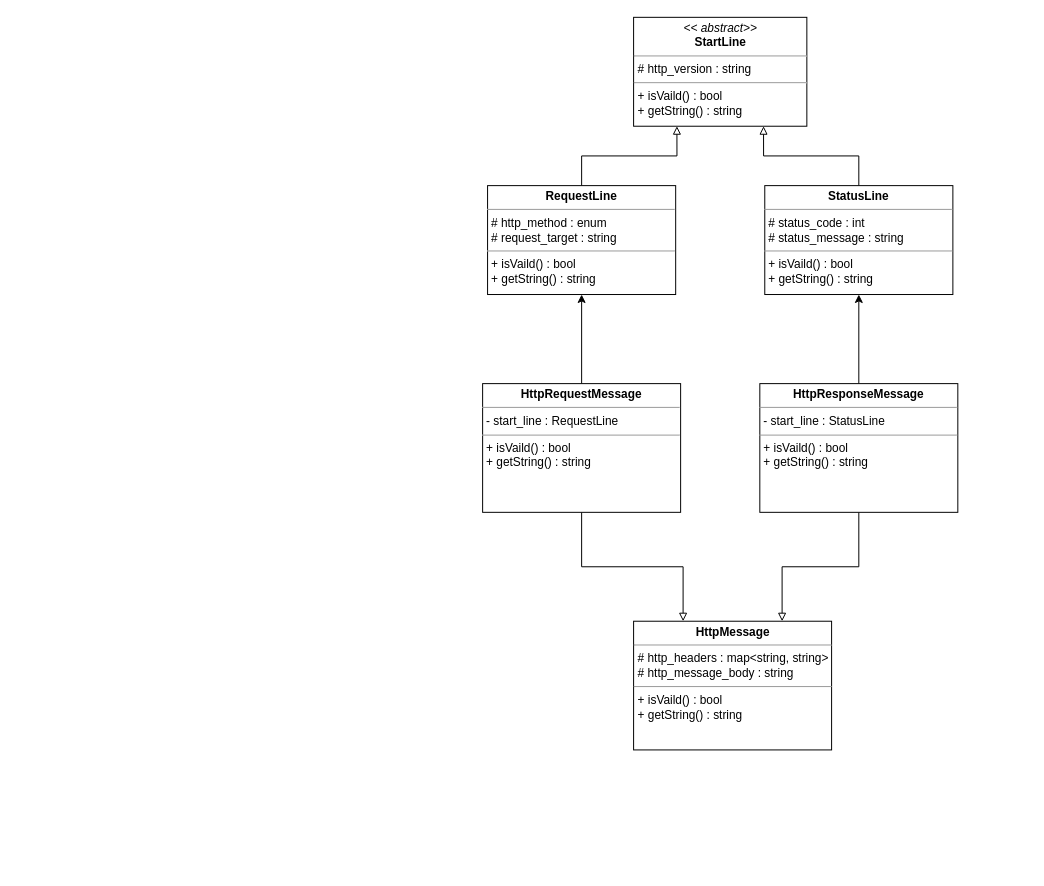
Above: page "HttpMessage" (5 of 6) of docs/ClassDiagram/Diagram.drawio in wkdtpgns5016/webserve (draw.io), before the change. Source tidied: cells renumbered, new cells numbered last; positions are measured from the earlier drawing's top-left corner, leaving out a move shared by most shapes. Both pictures are drawn from the tidied source at 99%, with x=0, y=0 at pixel (482, 17).
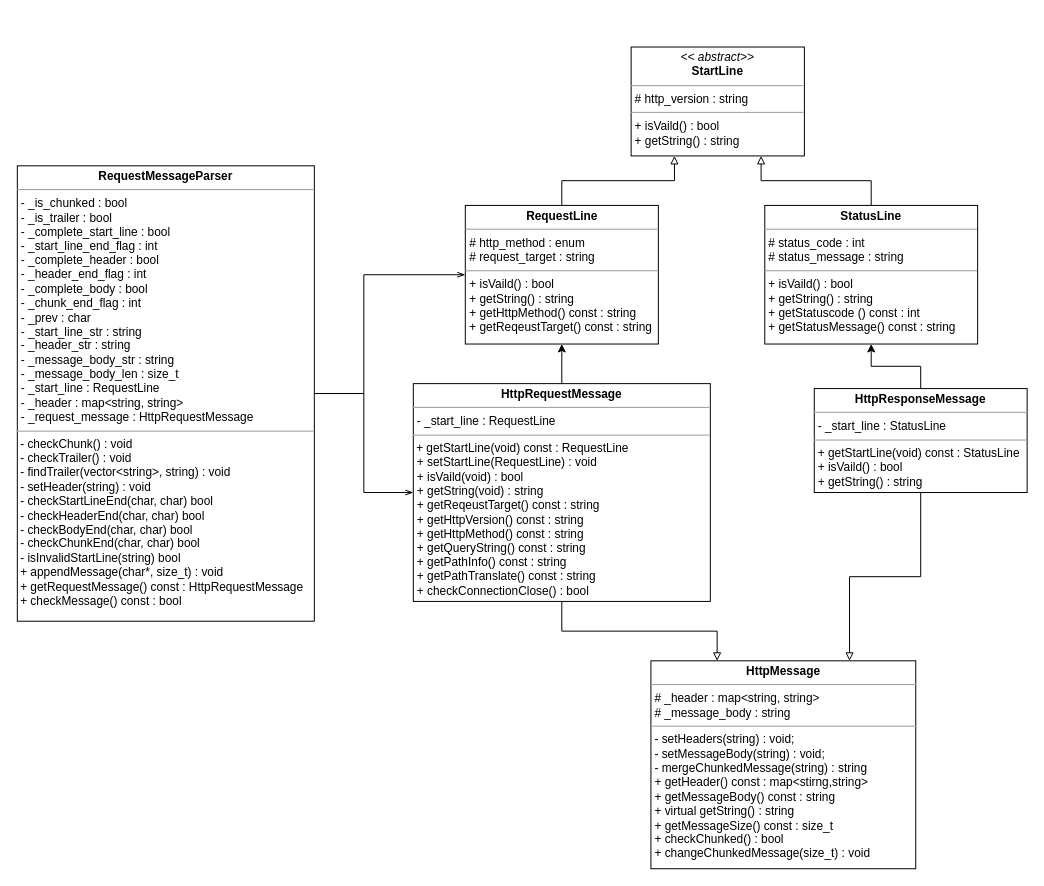
The same diagram, later.

The edit, as a diff of the source:
```diff
@@
     <mxCell id="2" value="&lt;p style=&quot;margin:0px;margin-top:4px;text-align:center;&quot;&gt;&lt;i&gt;&amp;lt;&amp;lt; abstract&amp;gt;&amp;gt;&lt;/i&gt;&lt;br&gt;&lt;b&gt;StartLine&lt;/b&gt;&lt;/p&gt;&lt;hr size=&quot;1&quot;&gt;&lt;p style=&quot;margin:0px;margin-left:4px;&quot;&gt;# http_version : string&lt;br&gt;&lt;/p&gt;&lt;hr size=&quot;1&quot;&gt;&lt;p style=&quot;margin:0px;margin-left:4px;&quot;&gt;+ isVaild() : bool&lt;/p&gt;&lt;p style=&quot;margin:0px;margin-left:4px;&quot;&gt;+ getString() : string&lt;/p&gt;" style="verticalAlign=top;align=left;overflow=fill;fontSize=12;fontFamily=Helvetica;html=1;whiteSpace=wrap;" parent="1" vertex="1">
-      <mxGeometry x="152.5" width="175" height="110" as="geometry" />
+      <mxGeometry x="150" y="30" width="175" height="110" as="geometry" />
     </mxCell>
@@
-    <mxCell id="4" value="&lt;p style=&quot;margin:0px;margin-top:4px;text-align:center;&quot;&gt;&lt;b&gt;RequestLine&lt;/b&gt;&lt;/p&gt;&lt;hr size=&quot;1&quot;&gt;&lt;p style=&quot;margin:0px;margin-left:4px;&quot;&gt;# http_method : enum&lt;/p&gt;&lt;p style=&quot;margin:0px;margin-left:4px;&quot;&gt;# request_target : string&lt;/p&gt;&lt;hr size=&quot;1&quot;&gt;&lt;p style=&quot;border-color: var(--border-color); margin: 0px 0px 0px 4px;&quot;&gt;+ isVaild() : bool&lt;/p&gt;&lt;p style=&quot;border-color: var(--border-color); margin: 0px 0px 0px 4px;&quot;&gt;+ getString() : string&lt;/p&gt;" style="verticalAlign=top;align=left;overflow=fill;fontSize=12;fontFamily=Helvetica;html=1;whiteSpace=wrap;" parent="1" vertex="1">
-      <mxGeometry x="5" y="170" width="190" height="110" as="geometry" />
+    <mxCell id="4" value="&lt;p style=&quot;margin:0px;margin-top:4px;text-align:center;&quot;&gt;&lt;b&gt;RequestLine&lt;/b&gt;&lt;/p&gt;&lt;hr size=&quot;1&quot;&gt;&lt;p style=&quot;margin:0px;margin-left:4px;&quot;&gt;# http_method : enum&lt;/p&gt;&lt;p style=&quot;margin:0px;margin-left:4px;&quot;&gt;# request_target : string&lt;/p&gt;&lt;hr size=&quot;1&quot;&gt;&lt;p style=&quot;border-color: var(--border-color); margin: 0px 0px 0px 4px;&quot;&gt;+ isVaild() : bool&lt;/p&gt;&lt;p style=&quot;border-color: var(--border-color); margin: 0px 0px 0px 4px;&quot;&gt;+ getString() : string&lt;/p&gt;&lt;p style=&quot;border-color: var(--border-color); margin: 0px 0px 0px 4px;&quot;&gt;+ getHttpMethod() const : string&lt;/p&gt;&lt;p style=&quot;border-color: var(--border-color); margin: 0px 0px 0px 4px;&quot;&gt;+ getReqeustTarget() const : string&lt;/p&gt;" style="verticalAlign=top;align=left;overflow=fill;fontSize=12;fontFamily=Helvetica;html=1;whiteSpace=wrap;" parent="1" vertex="1">
+      <mxGeometry x="-17.5" y="190" width="195" height="140" as="geometry" />
     </mxCell>
@@
-    <mxCell id="6" value="&lt;p style=&quot;margin:0px;margin-top:4px;text-align:center;&quot;&gt;&lt;b&gt;StatusLine&lt;/b&gt;&lt;/p&gt;&lt;hr size=&quot;1&quot;&gt;&lt;p style=&quot;margin:0px;margin-left:4px;&quot;&gt;# status_code : int&lt;/p&gt;&lt;p style=&quot;margin:0px;margin-left:4px;&quot;&gt;# status_message : string&lt;/p&gt;&lt;hr size=&quot;1&quot;&gt;&lt;p style=&quot;border-color: var(--border-color); margin: 0px 0px 0px 4px;&quot;&gt;+ isVaild() : bool&lt;/p&gt;&lt;p style=&quot;border-color: var(--border-color); margin: 0px 0px 0px 4px;&quot;&gt;+ getString() : string&lt;/p&gt;" style="verticalAlign=top;align=left;overflow=fill;fontSize=12;fontFamily=Helvetica;html=1;whiteSpace=wrap;" parent="1" vertex="1">
-      <mxGeometry x="285" y="170" width="190" height="110" as="geometry" />
+    <mxCell id="6" value="&lt;p style=&quot;margin:0px;margin-top:4px;text-align:center;&quot;&gt;&lt;b&gt;StatusLine&lt;/b&gt;&lt;/p&gt;&lt;hr size=&quot;1&quot;&gt;&lt;p style=&quot;margin:0px;margin-left:4px;&quot;&gt;# status_code : int&lt;/p&gt;&lt;p style=&quot;margin:0px;margin-left:4px;&quot;&gt;# status_message : string&lt;/p&gt;&lt;hr size=&quot;1&quot;&gt;&lt;p style=&quot;border-color: var(--border-color); margin: 0px 0px 0px 4px;&quot;&gt;+ isVaild() : bool&lt;/p&gt;&lt;p style=&quot;border-color: var(--border-color); margin: 0px 0px 0px 4px;&quot;&gt;+ getString() : string&lt;/p&gt;&lt;p style=&quot;border-color: var(--border-color); margin: 0px 0px 0px 4px;&quot;&gt;+ getStatuscode () const : int&lt;/p&gt;&lt;p style=&quot;border-color: var(--border-color); margin: 0px 0px 0px 4px;&quot;&gt;+ getStatusMessage() const : string&lt;/p&gt;" style="verticalAlign=top;align=left;overflow=fill;fontSize=12;fontFamily=Helvetica;html=1;whiteSpace=wrap;" parent="1" vertex="1">
+      <mxGeometry x="285" y="190" width="215" height="140" as="geometry" />
     </mxCell>
-    <mxCell id="7" value="&lt;p style=&quot;border-color: var(--border-color); margin: 4px 0px 0px; text-align: center;&quot;&gt;&lt;b style=&quot;border-color: var(--border-color);&quot;&gt;HttpMessage&lt;/b&gt;&lt;/p&gt;&lt;hr style=&quot;border-color: var(--border-color);&quot; size=&quot;1&quot;&gt;&lt;p style=&quot;border-color: var(--border-color); margin: 0px 0px 0px 4px;&quot;&gt;&lt;span style=&quot;background-color: initial;&quot;&gt;# http_headers : map&amp;lt;string, string&amp;gt;&lt;/span&gt;&lt;br&gt;&lt;/p&gt;&lt;p style=&quot;border-color: var(--border-color); margin: 0px 0px 0px 4px;&quot;&gt;# http_message_body : string&lt;/p&gt;&lt;hr size=&quot;1&quot;&gt;&lt;p style=&quot;margin:0px;margin-left:4px;&quot;&gt;+ isVaild() : bool&lt;/p&gt;&lt;p style=&quot;margin:0px;margin-left:4px;&quot;&gt;+ getString() : string&lt;/p&gt;" style="verticalAlign=top;align=left;overflow=fill;fontSize=12;fontFamily=Helvetica;html=1;whiteSpace=wrap;" parent="1" vertex="1">
-      <mxGeometry x="152.5" y="610" width="200" height="130" as="geometry" />
+    <mxCell id="7" value="&lt;p style=&quot;border-color: var(--border-color); margin: 4px 0px 0px; text-align: center;&quot;&gt;&lt;b style=&quot;border-color: var(--border-color);&quot;&gt;HttpMessage&lt;/b&gt;&lt;/p&gt;&lt;hr style=&quot;border-color: var(--border-color);&quot; size=&quot;1&quot;&gt;&lt;p style=&quot;border-color: var(--border-color); margin: 0px 0px 0px 4px;&quot;&gt;&lt;span style=&quot;background-color: initial;&quot;&gt;# _header : map&amp;lt;string, string&amp;gt;&lt;/span&gt;&lt;br&gt;&lt;/p&gt;&lt;p style=&quot;border-color: var(--border-color); margin: 0px 0px 0px 4px;&quot;&gt;# _message_body : string&lt;/p&gt;&lt;hr size=&quot;1&quot;&gt;&lt;p style=&quot;margin:0px;margin-left:4px;&quot;&gt;- setHeaders(string) : void;&lt;/p&gt;&lt;p style=&quot;margin:0px;margin-left:4px;&quot;&gt;- setMessageBody(string) : void;&lt;/p&gt;&lt;p style=&quot;margin:0px;margin-left:4px;&quot;&gt;- mergeChunkedMessage(string) : string&lt;/p&gt;&lt;p style=&quot;margin:0px;margin-left:4px;&quot;&gt;+ getHeader() const : map&amp;lt;stirng,string&amp;gt;&lt;/p&gt;&lt;p style=&quot;margin:0px;margin-left:4px;&quot;&gt;+ getMessageBody() const : string&lt;/p&gt;&lt;p style=&quot;margin:0px;margin-left:4px;&quot;&gt;+ virtual getString() : string&lt;/p&gt;&lt;p style=&quot;margin:0px;margin-left:4px;&quot;&gt;+ getMessageSize() const : size_t&lt;/p&gt;&lt;p style=&quot;margin:0px;margin-left:4px;&quot;&gt;+ checkChunked() : bool&lt;/p&gt;&lt;p style=&quot;margin:0px;margin-left:4px;&quot;&gt;+ changeChunkedMessage(size_t) : void&lt;/p&gt;" style="verticalAlign=top;align=left;overflow=fill;fontSize=12;fontFamily=Helvetica;html=1;whiteSpace=wrap;" parent="1" vertex="1">
+      <mxGeometry x="170" y="650" width="267.5" height="210" as="geometry" />
     </mxCell>
     <mxCell id="8" style="edgeStyle=orthogonalEdgeStyle;rounded=0;jettySize=auto;html=1;exitX=0.5;exitY=1;exitDx=0;exitDy=0;entryX=0.25;entryY=0;entryDx=0;entryDy=0;endArrow=block;endFill=0;" parent="1" edge="1" source="10" target="7">
-      <mxGeometry relative="1" as="geometry" />
+      <mxGeometry relative="1" as="geometry">
+        <Array as="points">
+          <mxPoint x="80" y="620" />
+          <mxPoint x="237" y="620" />
+        </Array>
+      </mxGeometry>
     </mxCell>
@@
-    <mxCell id="10" value="&lt;p style=&quot;margin:0px;margin-top:4px;text-align:center;&quot;&gt;&lt;b&gt;HttpRequestMessage&lt;/b&gt;&lt;/p&gt;&lt;hr size=&quot;1&quot;&gt;&lt;p style=&quot;margin:0px;margin-left:4px;&quot;&gt;- start_line : RequestLine&lt;br&gt;&lt;/p&gt;&lt;hr size=&quot;1&quot;&gt;&lt;p style=&quot;margin:0px;margin-left:4px;&quot;&gt;+ isVaild() : bool&lt;/p&gt;&lt;p style=&quot;margin:0px;margin-left:4px;&quot;&gt;+ getString() : string&lt;/p&gt;" style="verticalAlign=top;align=left;overflow=fill;fontSize=12;fontFamily=Helvetica;html=1;whiteSpace=wrap;" parent="1" vertex="1">
-      <mxGeometry y="370" width="200" height="130" as="geometry" />
+    <mxCell id="10" value="&lt;p style=&quot;margin:0px;margin-top:4px;text-align:center;&quot;&gt;&lt;b&gt;HttpRequestMessage&lt;/b&gt;&lt;/p&gt;&lt;hr size=&quot;1&quot;&gt;&lt;p style=&quot;margin:0px;margin-left:4px;&quot;&gt;- _start_line : RequestLine&lt;br&gt;&lt;/p&gt;&lt;hr size=&quot;1&quot;&gt;&lt;p style=&quot;margin:0px;margin-left:4px;&quot;&gt;&lt;/p&gt;&amp;nbsp;+ getStartLine(void) const : RequestLine&lt;p style=&quot;margin:0px;margin-left:4px;&quot;&gt;&lt;span style=&quot;font-size: 12px;&quot;&gt;+ setStartLine(RequestLine) : void&lt;/span&gt;&lt;/p&gt;&lt;p style=&quot;margin:0px;margin-left:4px;&quot;&gt;&lt;span style=&quot;font-size: 12px;&quot;&gt;+ isVaild(void) : bool&lt;/span&gt;&lt;/p&gt;&lt;p style=&quot;margin:0px;margin-left:4px;&quot;&gt;&lt;span style=&quot;font-size: 12px;&quot;&gt;+ getString(void) : string&lt;/span&gt;&lt;/p&gt;&lt;p style=&quot;margin:0px;margin-left:4px;&quot;&gt;&lt;span style=&quot;font-size: 12px;&quot;&gt;+ getReqeustTarget() const : string&lt;/span&gt;&lt;/p&gt;&lt;p style=&quot;margin:0px;margin-left:4px;&quot;&gt;&lt;span style=&quot;font-size: 12px;&quot;&gt;+ getHttpVersion() const : string&lt;/span&gt;&lt;/p&gt;&lt;p style=&quot;margin:0px;margin-left:4px;&quot;&gt;&lt;span style=&quot;font-size: 12px;&quot;&gt;+ getHttpMethod() const : string&lt;/span&gt;&lt;/p&gt;&lt;p style=&quot;margin:0px;margin-left:4px;&quot;&gt;&lt;span style=&quot;font-size: 12px;&quot;&gt;+ getQueryString() const : string&lt;/span&gt;&lt;/p&gt;&lt;p style=&quot;margin:0px;margin-left:4px;&quot;&gt;&lt;span style=&quot;font-size: 12px;&quot;&gt;+ getPathInfo() const : string&lt;/span&gt;&lt;/p&gt;&lt;p style=&quot;margin:0px;margin-left:4px;&quot;&gt;&lt;span style=&quot;font-size: 12px;&quot;&gt;+ getPathTranslate() const : string&lt;/span&gt;&lt;/p&gt;&lt;p style=&quot;margin:0px;margin-left:4px;&quot;&gt;&lt;span style=&quot;font-size: 12px;&quot;&gt;+ checkConnectionClose() : bool&lt;/span&gt;&lt;/p&gt;" style="verticalAlign=top;align=left;overflow=fill;fontSize=12;fontFamily=Helvetica;html=1;whiteSpace=wrap;" parent="1" vertex="1">
+      <mxGeometry x="-70" y="370" width="300" height="220" as="geometry" />
     </mxCell>
@@
-    <mxCell id="13" value="&lt;p style=&quot;margin:0px;margin-top:4px;text-align:center;&quot;&gt;&lt;b&gt;HttpResponseMessage&lt;/b&gt;&lt;/p&gt;&lt;hr size=&quot;1&quot;&gt;&lt;p style=&quot;margin:0px;margin-left:4px;&quot;&gt;- start_line : StatusLine&lt;br&gt;&lt;/p&gt;&lt;hr size=&quot;1&quot;&gt;&lt;p style=&quot;margin:0px;margin-left:4px;&quot;&gt;+ isVaild() : bool&lt;/p&gt;&lt;p style=&quot;margin:0px;margin-left:4px;&quot;&gt;+ getString() : string&lt;/p&gt;" style="verticalAlign=top;align=left;overflow=fill;fontSize=12;fontFamily=Helvetica;html=1;whiteSpace=wrap;" parent="1" vertex="1">
-      <mxGeometry x="280" y="370" width="200" height="130" as="geometry" />
+    <mxCell id="13" value="&lt;p style=&quot;margin:0px;margin-top:4px;text-align:center;&quot;&gt;&lt;b&gt;HttpResponseMessage&lt;/b&gt;&lt;/p&gt;&lt;hr size=&quot;1&quot;&gt;&lt;p style=&quot;margin:0px;margin-left:4px;&quot;&gt;- _start_line : StatusLine&lt;br&gt;&lt;/p&gt;&lt;hr size=&quot;1&quot;&gt;&lt;p style=&quot;margin:0px;margin-left:4px;&quot;&gt;+ getStartLine(void) const : StatusLine&lt;/p&gt;&lt;p style=&quot;margin:0px;margin-left:4px;&quot;&gt;+ isVaild() : bool&lt;/p&gt;&lt;p style=&quot;margin:0px;margin-left:4px;&quot;&gt;+ getString() : string&lt;/p&gt;" style="verticalAlign=top;align=left;overflow=fill;fontSize=12;fontFamily=Helvetica;html=1;whiteSpace=wrap;" parent="1" vertex="1">
+      <mxGeometry x="335" y="375" width="215" height="105" as="geometry" />
     </mxCell>
+    <mxCell id="14" style="edgeStyle=orthogonalEdgeStyle;rounded=0;jettySize=auto;html=1;exitX=1;exitY=0.5;exitDx=0;exitDy=0;entryX=0;entryY=0.5;entryDx=0;entryDy=0;endArrow=openThin;endFill=0;" parent="1" edge="1" source="16" target="10">
+      <mxGeometry relative="1" as="geometry" />
+    </mxCell>
+    <mxCell id="15" style="edgeStyle=orthogonalEdgeStyle;rounded=0;jettySize=auto;html=1;exitX=1;exitY=0.5;exitDx=0;exitDy=0;entryX=0;entryY=0.5;entryDx=0;entryDy=0;endArrow=openThin;endFill=0;" parent="1" edge="1" source="16" target="4">
+      <mxGeometry relative="1" as="geometry">
+        <Array as="points">
+          <mxPoint x="-120" y="380" />
+          <mxPoint x="-120" y="260" />
+        </Array>
+      </mxGeometry>
+    </mxCell>
+    <mxCell id="16" value="&lt;p style=&quot;margin:0px;margin-top:4px;text-align:center;&quot;&gt;&lt;b&gt;RequestMessageParser&lt;/b&gt;&lt;/p&gt;&lt;hr size=&quot;1&quot;&gt;&lt;p style=&quot;margin:0px;margin-left:4px;&quot;&gt;- _is_chunked : bool&lt;/p&gt;&lt;p style=&quot;margin:0px;margin-left:4px;&quot;&gt;&lt;span style=&quot;font-size: 12px;&quot;&gt;- _is_trailer : bool&lt;/span&gt;&lt;/p&gt;&lt;p style=&quot;margin:0px;margin-left:4px;&quot;&gt;&lt;span style=&quot;font-size: 12px;&quot;&gt;- _complete_start_line : bool&lt;/span&gt;&lt;/p&gt;&lt;p style=&quot;margin:0px;margin-left:4px;&quot;&gt;&lt;span style=&quot;font-size: 12px;&quot;&gt;- _start_line_end_flag : int&lt;/span&gt;&lt;/p&gt;&lt;p style=&quot;margin:0px;margin-left:4px;&quot;&gt;&lt;span style=&quot;font-size: 12px;&quot;&gt;- _complete_header : bool&lt;/span&gt;&lt;/p&gt;&lt;p style=&quot;margin:0px;margin-left:4px;&quot;&gt;&lt;span style=&quot;font-size: 12px;&quot;&gt;- _header_end_flag : int&lt;/span&gt;&lt;/p&gt;&lt;p style=&quot;margin:0px;margin-left:4px;&quot;&gt;&lt;span style=&quot;font-size: 12px;&quot;&gt;- _complete_body : bool&lt;/span&gt;&lt;/p&gt;&lt;p style=&quot;margin:0px;margin-left:4px;&quot;&gt;&lt;span style=&quot;font-size: 12px;&quot;&gt;- _chunk_end_flag : int&lt;/span&gt;&lt;/p&gt;&lt;p style=&quot;margin:0px;margin-left:4px;&quot;&gt;&lt;span style=&quot;font-size: 12px;&quot;&gt;- _prev : char&lt;/span&gt;&lt;/p&gt;&lt;p style=&quot;margin:0px;margin-left:4px;&quot;&gt;&lt;span style=&quot;font-size: 12px;&quot;&gt;- _start_line_str : string&lt;/span&gt;&lt;/p&gt;&lt;p style=&quot;margin:0px;margin-left:4px;&quot;&gt;&lt;span style=&quot;font-size: 12px;&quot;&gt;- _header_str : string&lt;/span&gt;&lt;/p&gt;&lt;p style=&quot;margin:0px;margin-left:4px;&quot;&gt;&lt;span style=&quot;font-size: 12px;&quot;&gt;- _message_body_str : string&lt;/span&gt;&lt;/p&gt;&lt;p style=&quot;margin:0px;margin-left:4px;&quot;&gt;&lt;span style=&quot;font-size: 12px;&quot;&gt;- _message_body_len : size_t&lt;/span&gt;&lt;/p&gt;&lt;p style=&quot;margin:0px;margin-left:4px;&quot;&gt;&lt;span style=&quot;font-size: 12px;&quot;&gt;- _start_line : RequestLine&lt;/span&gt;&lt;/p&gt;&lt;p style=&quot;margin:0px;margin-left:4px;&quot;&gt;&lt;span style=&quot;font-size: 12px;&quot;&gt;- _header : map&amp;lt;string, string&amp;gt;&lt;/span&gt;&lt;/p&gt;&lt;p style=&quot;margin:0px;margin-left:4px;&quot;&gt;&lt;span style=&quot;font-size: 12px;&quot;&gt;- _request_message : HttpRequestMessage&lt;/span&gt;&lt;/p&gt;&lt;hr size=&quot;1&quot;&gt;&lt;p style=&quot;margin:0px;margin-left:4px;&quot;&gt;&lt;/p&gt;&amp;nbsp;- checkChunk() : void&lt;div&gt;&lt;span style=&quot;font-size: 12px;&quot;&gt;&amp;nbsp;- checkTrailer() : void&lt;/span&gt;&lt;/div&gt;&lt;div&gt;&lt;span style=&quot;font-size: 12px;&quot;&gt;&amp;nbsp;- findTrailer(vector&amp;lt;string&amp;gt;, string) : void&lt;/span&gt;&lt;/div&gt;&lt;div&gt;&lt;span style=&quot;font-size: 12px;&quot;&gt;&amp;nbsp;- setHeader(string) : void&lt;/span&gt;&lt;/div&gt;&lt;div&gt;&lt;span style=&quot;font-size: 12px;&quot;&gt;&amp;nbsp;- checkStartLineEnd(char, char) bool&lt;/span&gt;&lt;/div&gt;&lt;div&gt;&lt;span style=&quot;font-size: 12px;&quot;&gt;&amp;nbsp;- checkHeaderEnd(char, char) bool&lt;/span&gt;&lt;/div&gt;&lt;div&gt;&lt;span style=&quot;font-size: 12px;&quot;&gt;&amp;nbsp;- checkBodyEnd(char, char) bool&lt;/span&gt;&lt;/div&gt;&lt;div&gt;&lt;span style=&quot;font-size: 12px;&quot;&gt;&amp;nbsp;- checkChunkEnd(char, char) bool&lt;/span&gt;&lt;/div&gt;&lt;div&gt;&lt;span style=&quot;font-size: 12px;&quot;&gt;&amp;nbsp;- isInvalidStartLine(string) bool&lt;/span&gt;&lt;/div&gt;&lt;div&gt;&lt;span style=&quot;font-size: 12px;&quot;&gt;&amp;nbsp;+ appendMessage(char*, size_t) : void&lt;/span&gt;&lt;/div&gt;&lt;div&gt;&lt;span style=&quot;font-size: 12px;&quot;&gt;&amp;nbsp;+ getRequestMessage() const : HttpRequestMessage&lt;/span&gt;&lt;/div&gt;&lt;div&gt;&lt;span style=&quot;font-size: 12px;&quot;&gt;&amp;nbsp;+ checkMessage() const : bool&lt;/span&gt;&lt;/div&gt;" style="verticalAlign=top;align=left;overflow=fill;fontSize=12;fontFamily=Helvetica;html=1;whiteSpace=wrap;" parent="1" vertex="1">
+      <mxGeometry x="-470" y="150" width="300" height="460" as="geometry" />
+    </mxCell>
```
